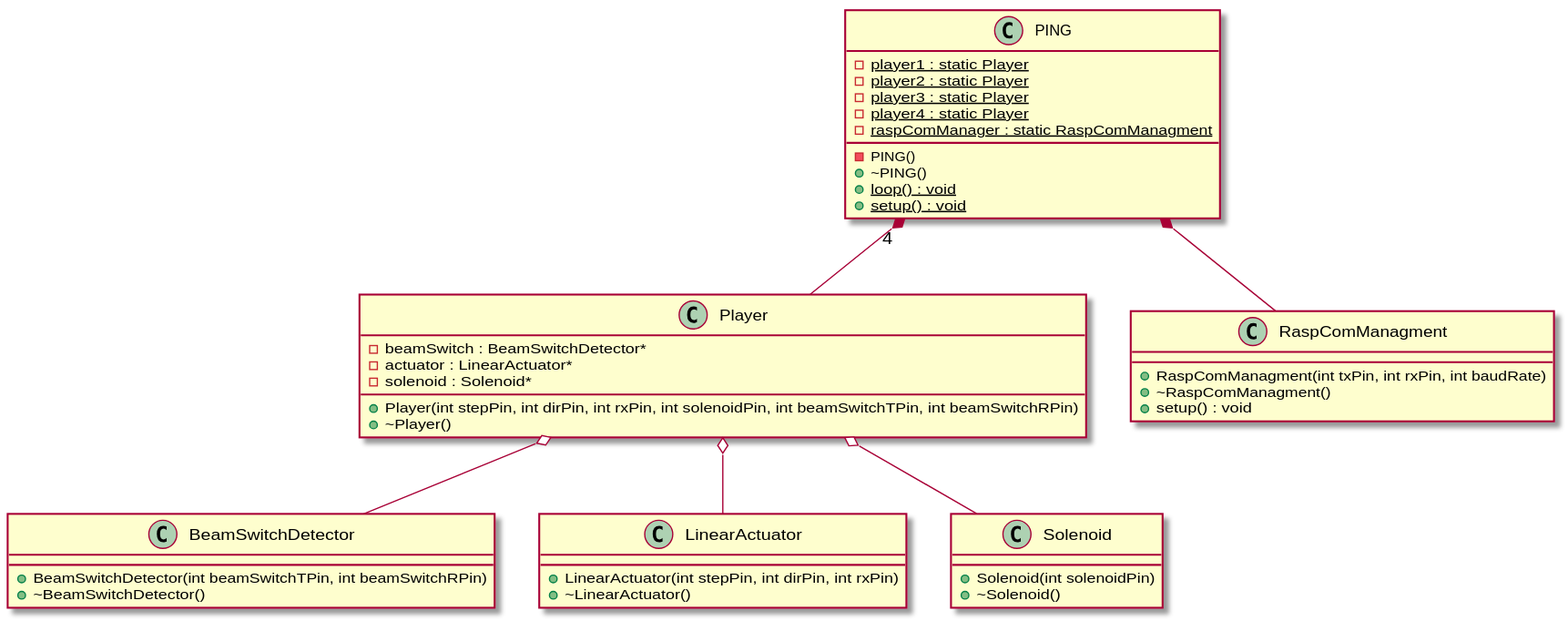
tonysoux/PING22 keeps this PlantUML diagram as docs/esp32.svg. Above is the earlier version. Its diagram source:
```plantuml
@startuml






class BeamSwitchDetector {
	+BeamSwitchDetector(int beamSwitchTPin, int beamSwitchRPin)
	+~BeamSwitchDetector()
}


class LinearActuator {
	+LinearActuator(int stepPin, int dirPin, int rxPin)
	+~LinearActuator()
}


class PING {
	-PING()
	+~PING()
	-{static} player1 : static Player
	-{static} player2 : static Player
	-{static} player3 : static Player
	-{static} player4 : static Player
	-{static} raspComManager : static RaspComManagment
	+{static} loop() : void
	+{static} setup() : void
}


class Player {
	+Player(int stepPin, int dirPin, int rxPin, int solenoidPin, int beamSwitchTPin, int beamSwitchRPin)
	+~Player()
	-beamSwitch : BeamSwitchDetector*
	-actuator : LinearActuator*
	-solenoid : Solenoid*
}


class RaspComManagment {
	+RaspComManagment(int txPin, int rxPin, int baudRate)
	+~RaspComManagment()
	+setup() : void
}


class Solenoid {
	+Solenoid(int solenoidPin)
	+~Solenoid()
}










PING "4" *-- Player


PING *-- RaspComManagment


Player o-- BeamSwitchDetector


Player o-- LinearActuator


Player o-- Solenoid









@enduml
```
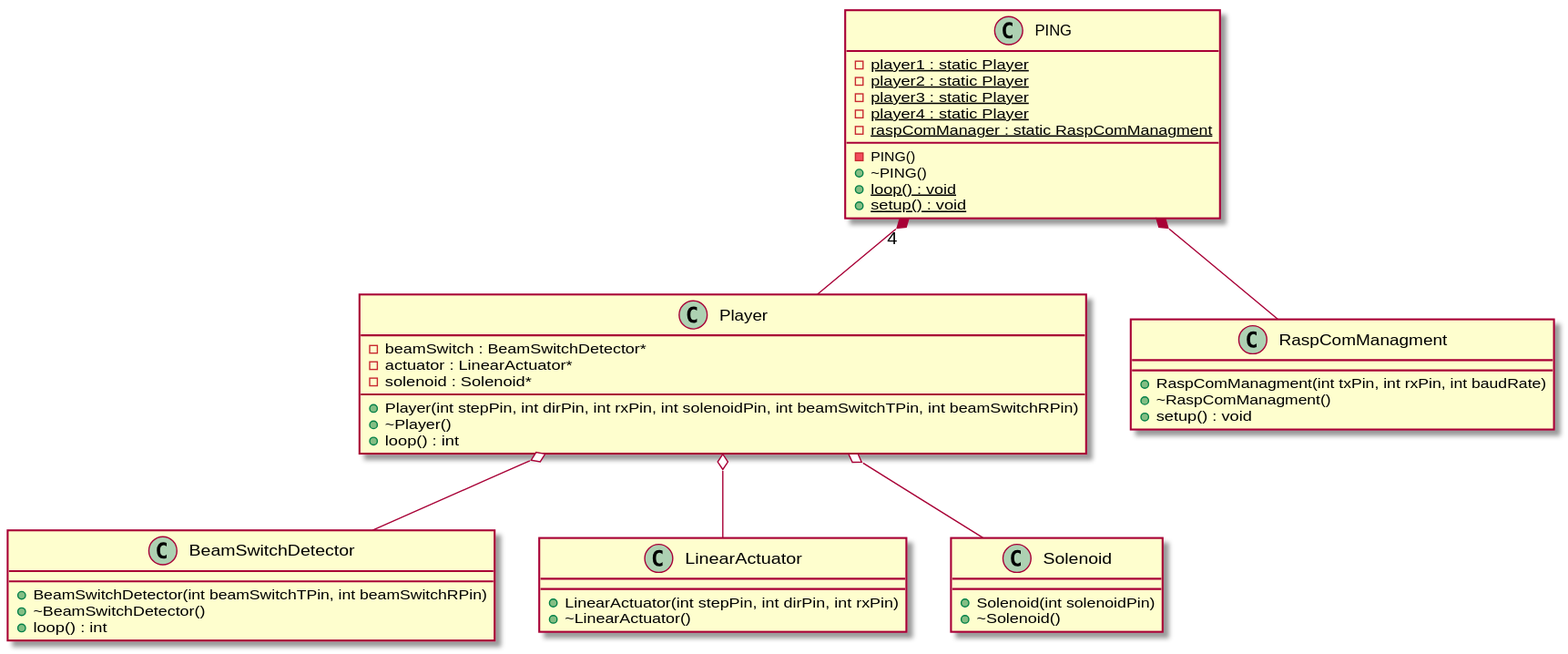
The same file after the commit.

Commit message:
Updated UML diagram

The edit, as a diff of the source:
```diff
@@ -8,6 +8,7 @@
 class BeamSwitchDetector {
 	+BeamSwitchDetector(int beamSwitchTPin, int beamSwitchRPin)
 	+~BeamSwitchDetector()
+	+loop() : int
 }
 
 
@@ -36,6 +37,7 @@
 	-beamSwitch : BeamSwitchDetector*
 	-actuator : LinearActuator*
 	-solenoid : Solenoid*
+	+loop() : int
 }
 
 
```
